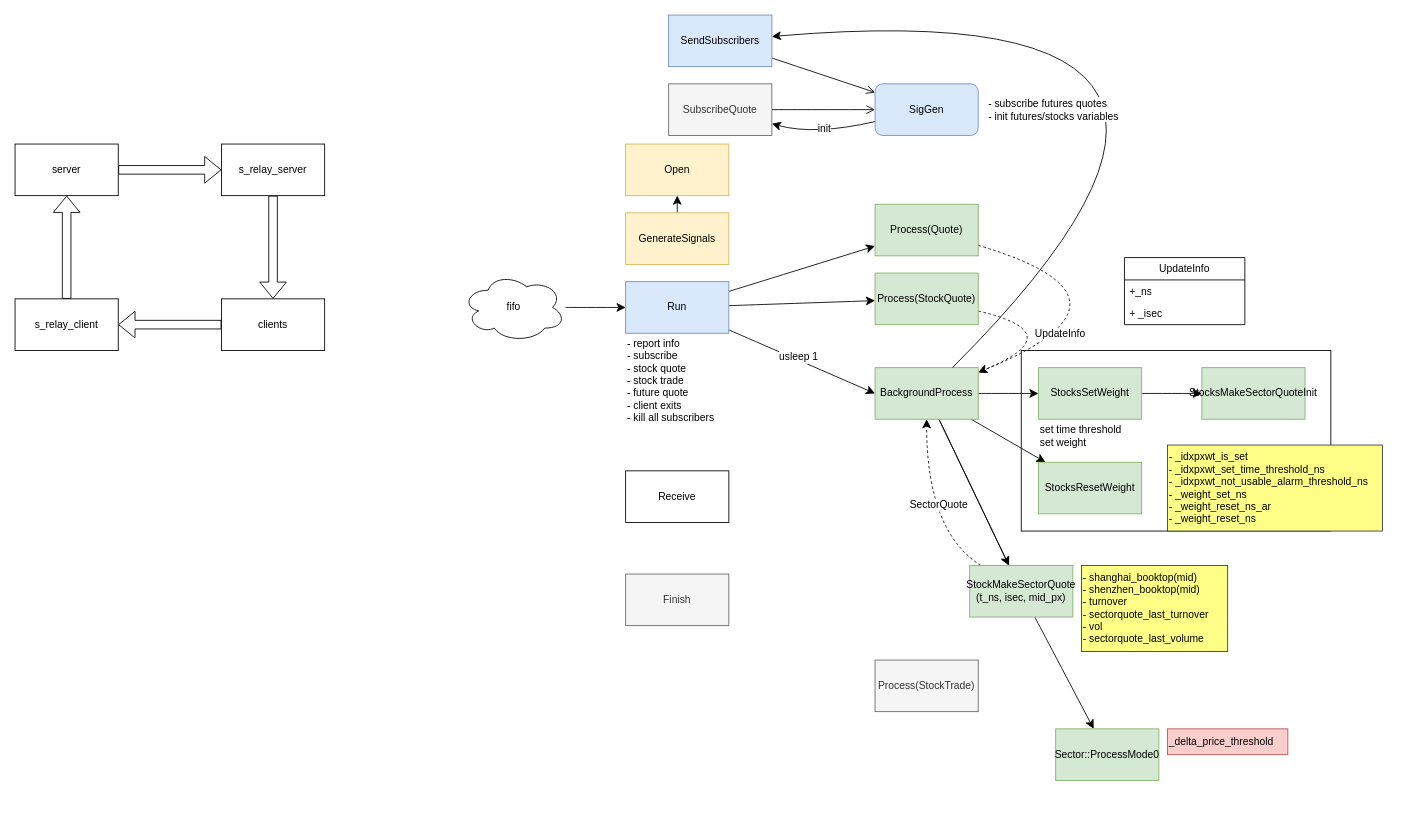
Earlier version of the draw.io diagram page "siggen" (2 of 2) of tongdengfund/trader.drawio (mistyeye11/drawio). Source tidied: cells renumbered, new cells numbered last; positions are measured from the earlier drawing's top-left corner, leaving out a move shared by most shapes. Both pictures are drawn from the tidied source at 86%, with x=0, y=0 at pixel (15, -11).
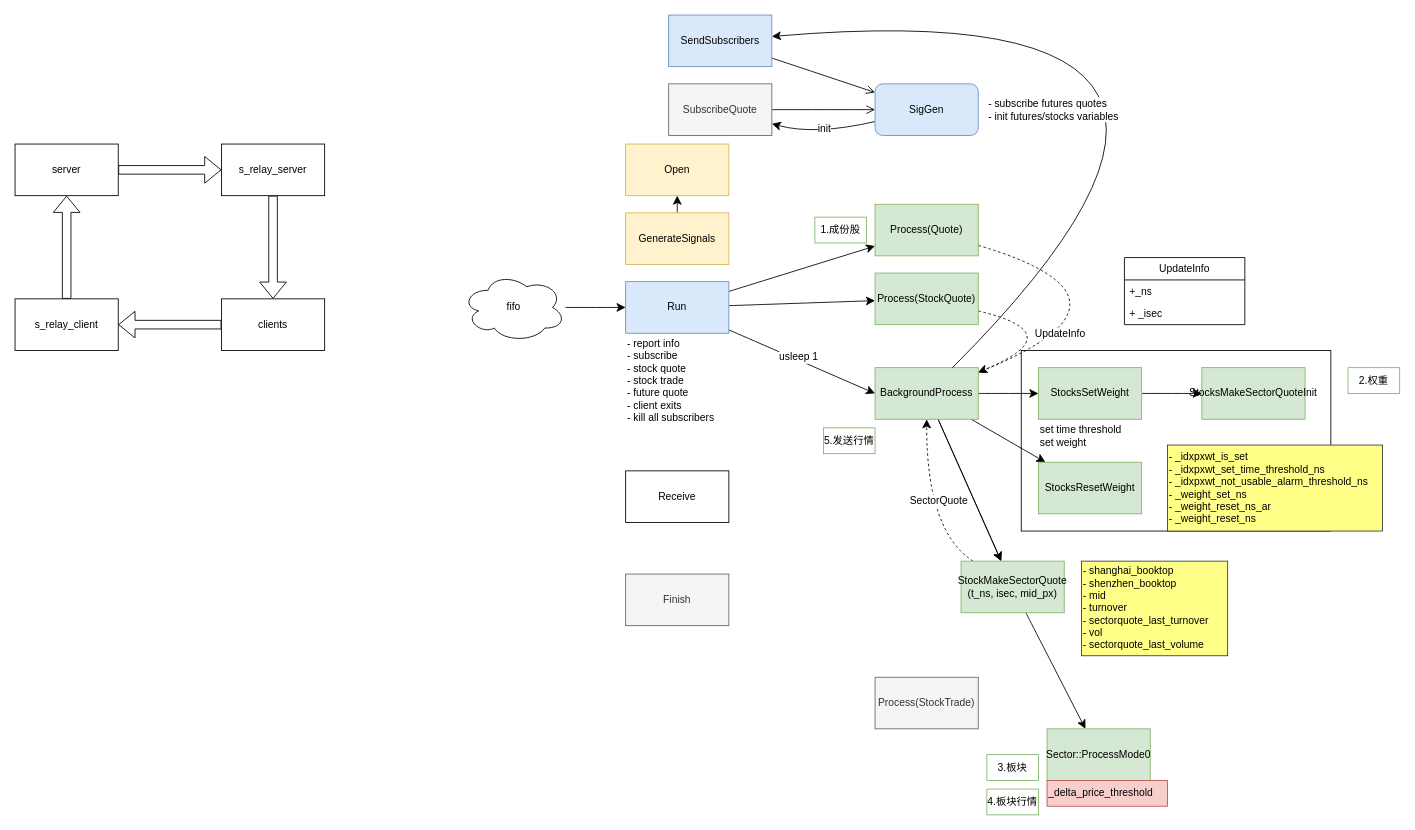
The same diagram, later.

Diff of the diagram source:
```diff
@@
     <mxCell id="8" value="&lt;div&gt;Process(StockTrade)&lt;/div&gt;" style="rounded=0;whiteSpace=wrap;html=1;strokeColor=#666666;align=center;verticalAlign=middle;fontFamily=Helvetica;fontSize=12;fontColor=#333333;labelBackgroundColor=none;fillColor=#f5f5f5;" parent="1" vertex="1">
-      <mxGeometry x="1000" y="780" width="120" height="60" as="geometry" />
+      <mxGeometry x="1000" y="800" width="120" height="60" as="geometry" />
     </mxCell>
@@
     <mxCell id="21" value="&lt;div&gt;StockMakeSectorQuote&lt;/div&gt;&lt;div&gt;(t_ns, isec, mid_px)&lt;/div&gt;" style="rounded=0;whiteSpace=wrap;html=1;labelBackgroundColor=none;fillColor=#d5e8d4;strokeColor=#82b366;" parent="1" vertex="1">
-      <mxGeometry x="1110" y="670" width="120" height="60" as="geometry" />
+      <mxGeometry x="1100" y="665" width="120" height="60" as="geometry" />
     </mxCell>
@@
-    <mxCell id="58" value="&lt;div&gt;- shanghai_booktop(mid)&lt;/div&gt;&lt;div&gt;- shenzhen_booktop(mid)&lt;br&gt;&lt;/div&gt;&lt;div&gt;- turnover&lt;/div&gt;&lt;div&gt;- sectorquote_last_turnover&lt;br&gt;&lt;/div&gt;&lt;div&gt;- vol&lt;/div&gt;&lt;div&gt;- sectorquote_last_volume&lt;br&gt;&lt;/div&gt;" style="text;html=1;align=left;verticalAlign=middle;strokeColor=#36393d;fillColor=#ffff88;fontSize=12;fontFamily=Helvetica;labelBackgroundColor=none;" parent="1" vertex="1">
-      <mxGeometry x="1240" y="670" width="170" height="100" as="geometry" />
+    <mxCell id="58" value="&lt;div&gt;- shanghai_booktop&lt;br&gt;&lt;/div&gt;&lt;div&gt;- shenzhen_booktop&lt;/div&gt;&lt;div&gt;- mid&lt;br&gt;&lt;/div&gt;&lt;div&gt;- turnover&lt;/div&gt;&lt;div&gt;- sectorquote_last_turnover&lt;br&gt;&lt;/div&gt;&lt;div&gt;- vol&lt;/div&gt;&lt;div&gt;- sectorquote_last_volume&lt;br&gt;&lt;/div&gt;" style="text;html=1;align=left;verticalAlign=middle;strokeColor=#36393d;fillColor=#ffff88;fontSize=12;fontFamily=Helvetica;labelBackgroundColor=none;" parent="1" vertex="1">
+      <mxGeometry x="1240" y="665" width="170" height="110" as="geometry" />
     </mxCell>
     <mxCell id="59" value="&lt;span style=&quot;&quot;&gt;Sector::ProcessMode0&lt;/span&gt;" style="rounded=0;whiteSpace=wrap;html=1;labelBackgroundColor=none;fillColor=#d5e8d4;strokeColor=#82b366;" parent="1" vertex="1">
-      <mxGeometry x="1210" y="860" width="120" height="60" as="geometry" />
+      <mxGeometry x="1200" y="860" width="120" height="60" as="geometry" />
     </mxCell>
     <mxCell id="60" value="_delta_price_threshold" style="text;html=1;align=left;verticalAlign=middle;strokeColor=#b85450;fillColor=#f8cecc;fontSize=12;fontFamily=Helvetica;labelBackgroundColor=none;" parent="1" vertex="1">
-      <mxGeometry x="1340" y="860" width="140" height="30" as="geometry" />
+      <mxGeometry x="1200" y="920" width="140" height="30" as="geometry" />
     </mxCell>
+    <mxCell id="61" value="1.成份股" style="text;html=1;align=center;verticalAlign=middle;whiteSpace=wrap;rounded=0;fillColor=none;strokeColor=#82b366;" parent="1" vertex="1">
+      <mxGeometry x="930" y="265" width="60" height="30" as="geometry" />
+    </mxCell>
+    <mxCell id="62" value="2.权重" style="text;html=1;align=center;verticalAlign=middle;whiteSpace=wrap;rounded=0;fillColor=none;strokeColor=#82b366;" parent="1" vertex="1">
+      <mxGeometry x="1550" y="440" width="60" height="30" as="geometry" />
+    </mxCell>
+    <mxCell id="63" value="3.板块" style="text;html=1;align=center;verticalAlign=middle;whiteSpace=wrap;rounded=0;fillColor=none;strokeColor=#82b366;" parent="1" vertex="1">
+      <mxGeometry x="1130" y="890" width="60" height="30" as="geometry" />
+    </mxCell>
+    <mxCell id="64" value="4.板块行情" style="text;html=1;align=center;verticalAlign=middle;whiteSpace=wrap;rounded=0;fillColor=none;strokeColor=#82b366;" parent="1" vertex="1">
+      <mxGeometry x="1130" y="930" width="60" height="30" as="geometry" />
+    </mxCell>
+    <mxCell id="65" value="5.发送行情" style="text;html=1;align=center;verticalAlign=middle;whiteSpace=wrap;rounded=0;fillColor=none;strokeColor=#82b366;" parent="1" vertex="1">
+      <mxGeometry x="940" y="510" width="60" height="30" as="geometry" />
+    </mxCell>
```
